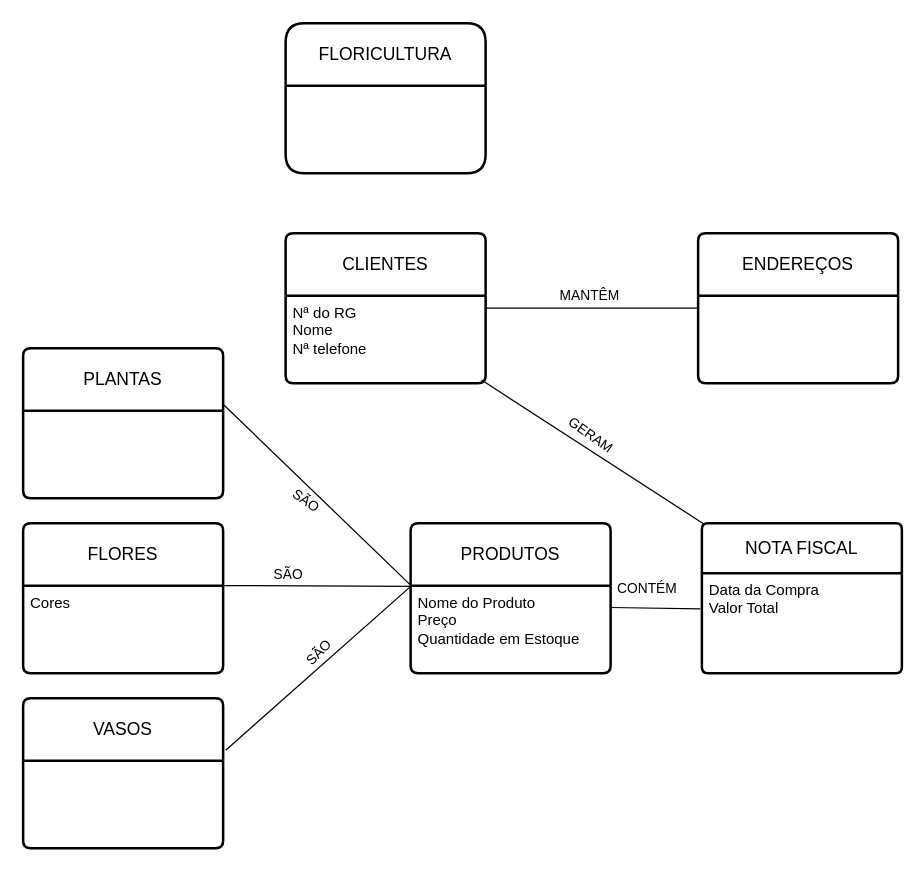
The draw.io diagram Diagrama sem nome.drawio in leoandrighetto/BANCO_DE_DADOS, before the edit. Source tidied: cells renumbered, new cells numbered last; positions are measured from the earlier drawing's top-left corner, leaving out a move shared by most shapes. Both pictures are drawn from the tidied source at 125%, with x=0, y=0 at pixel (22, 22).
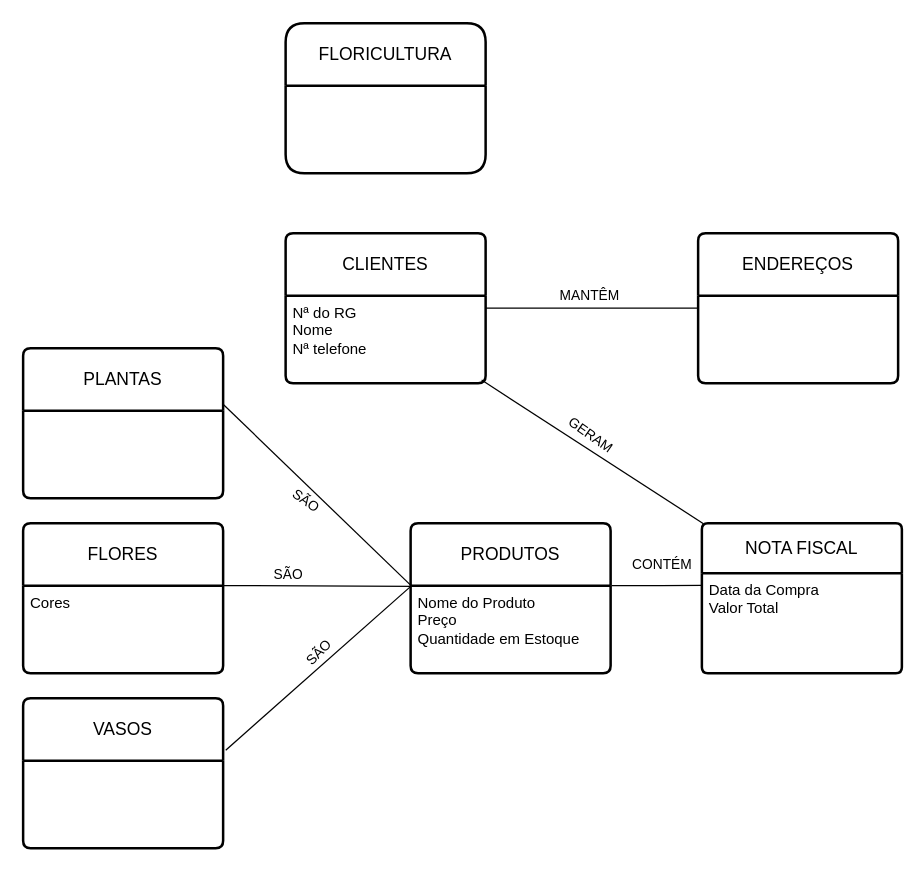
The same page after the edit.

The change refers to these unchanged cells:
```xml
<mxCell id="4" value="Data da Compra&lt;div&gt;Valor Total&lt;/div&gt;" style="align=left;strokeColor=none;fillColor=none;spacingLeft=4;spacingRight=4;fontSize=12;verticalAlign=top;html=1;whiteSpace=wrap;" parent="3" vertex="1">
  <mxGeometry y="40" width="160" height="80" as="geometry" />
</mxCell>
<mxCell id="13" value="Nome do Produto&lt;div&gt;Preço&lt;/div&gt;&lt;div&gt;Quantidade em Estoque&lt;/div&gt;" style="align=left;strokeColor=none;fillColor=none;spacingLeft=4;spacingRight=4;fontSize=12;verticalAlign=top;html=1;whiteSpace=wrap;" parent="12" vertex="1">
  <mxGeometry y="50" width="160" height="70" as="geometry" />
</mxCell>
```

Change to the diagram source:
```diff
@@
-    <mxCell id="24" style="endArrow=none;html=1;rounded=0;entryX=1;entryY=0.25;entryDx=0;entryDy=0;exitX=-0.008;exitY=0.357;exitDx=0;exitDy=0;exitPerimeter=0;" parent="1" edge="1" source="4" target="13">
-      <mxGeometry relative="1" as="geometry" />
+    <mxCell id="24" style="endArrow=none;html=1;rounded=0;entryX=1.004;entryY=0;entryDx=0;entryDy=0;exitX=0.001;exitY=0.122;exitDx=0;exitDy=0;exitPerimeter=0;entryPerimeter=0;" parent="1" edge="1" source="4" target="13">
+      <mxGeometry relative="1" as="geometry">
+        <Array as="points">
+          <mxPoint x="510" y="450" />
+        </Array>
+      </mxGeometry>
     </mxCell>
     <mxCell id="25" value="CONTÉM" style="edgeLabel;html=1;align=center;verticalAlign=middle;rotation=0;" parent="24" vertex="1">
       <mxGeometry x="-0.26" y="-4" relative="1" as="geometry">
-        <mxPoint x="-16" y="-13" as="offset" />
+        <mxPoint x="-6" y="-13" as="offset" />
       </mxGeometry>
     </mxCell>
```
